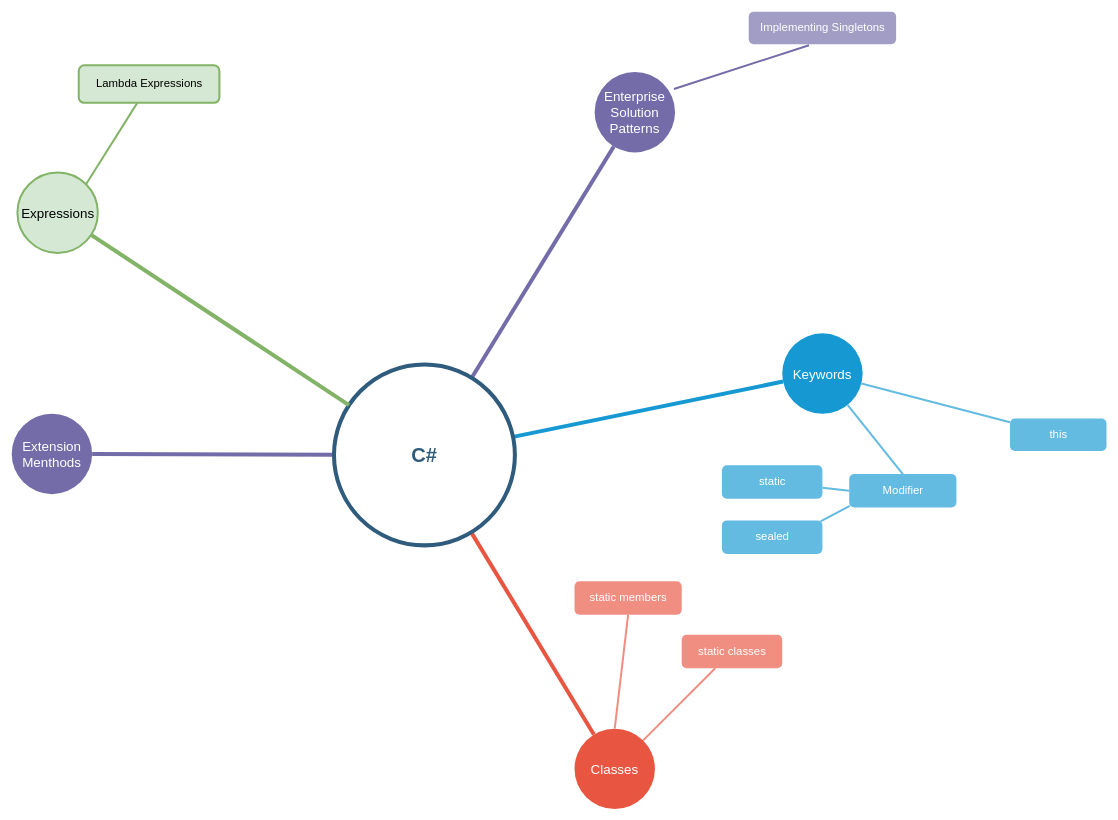
Earlier version of the draw.io diagram CSharp/C#.drawio (muksiddheswar/Mind-Maps). Source tidied: cells renumbered, new cells numbered last; positions are measured from the earlier drawing's top-left corner, leaving out a move shared by most shapes. Both pictures are drawn from the tidied source at 67%, with x=0, y=0 at pixel (11, 11).
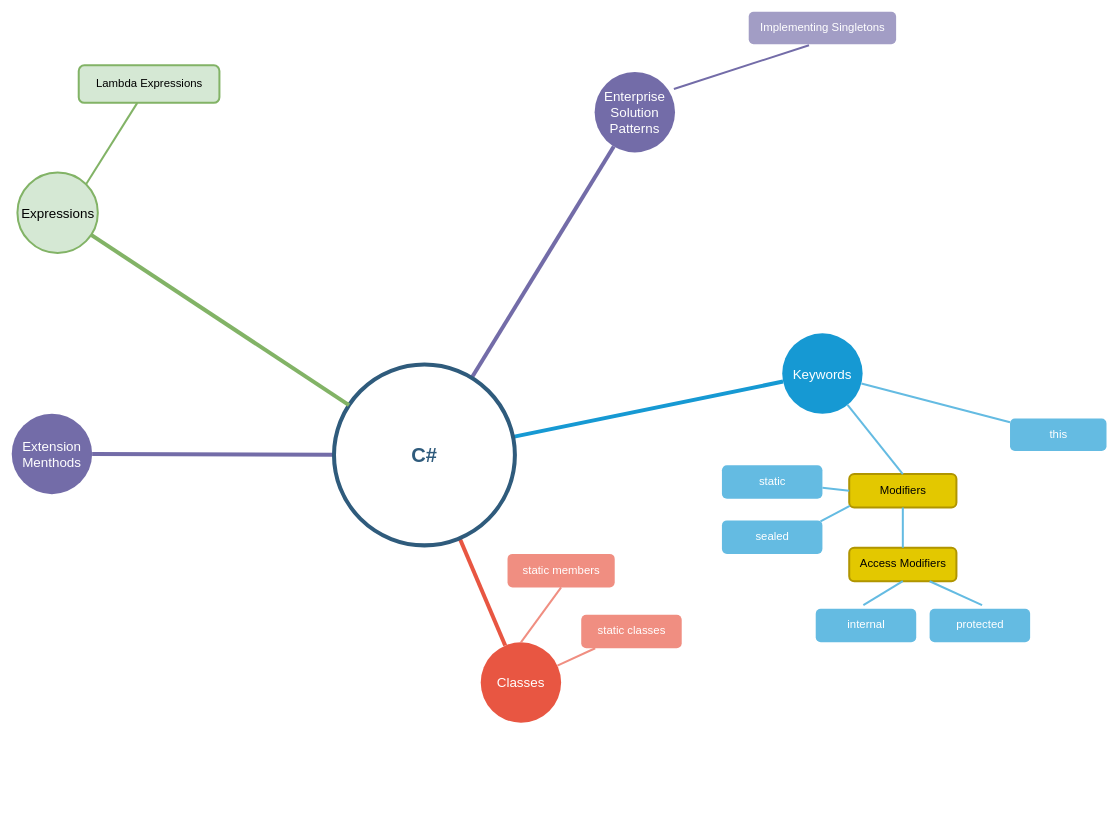
Above is the later version.

Change to the diagram source:
```diff
@@
     <mxCell id="4" value="Classes" style="ellipse;whiteSpace=wrap;html=1;shadow=0;fontFamily=Helvetica;fontSize=20;fontColor=#FFFFFF;align=center;strokeWidth=3;fillColor=#E85642;strokeColor=none;" parent="1" vertex="1">
-      <mxGeometry x="840" y="1070" width="120" height="120" as="geometry" />
+      <mxGeometry x="700" y="941.2" width="120" height="120" as="geometry" />
     </mxCell>
@@
     <mxCell id="12" value="static classes" style="rounded=1;fillColor=#f08e81;strokeColor=none;strokeWidth=3;shadow=0;html=1;fontColor=#FFFFFF;fontSize=17;" parent="1" vertex="1">
-      <mxGeometry x="1000" y="930" width="150" height="50" as="geometry" />
+      <mxGeometry x="850" y="900" width="150" height="50" as="geometry" />
     </mxCell>
     <mxCell id="13" value="static members" style="rounded=1;fillColor=#f08e81;strokeColor=none;strokeWidth=3;shadow=0;html=1;fontColor=#FFFFFF;fontSize=17;" parent="1" vertex="1">
-      <mxGeometry x="840" y="850" width="160" height="50" as="geometry" />
+      <mxGeometry x="740" y="809.2" width="160" height="50" as="geometry" />
     </mxCell>
@@
-    <mxCell id="17" value="Modifier" style="rounded=1;fillColor=#64BBE2;strokeColor=none;strokeWidth=3;shadow=0;html=1;fontColor=#FFFFFF;fontSize=17;" parent="1" vertex="1">
+    <mxCell id="17" value="Modifiers" style="rounded=1;fillColor=#e3c800;strokeColor=#B09500;strokeWidth=3;shadow=0;html=1;fontColor=#000000;fontSize=17;" parent="1" vertex="1">
       <mxGeometry x="1250" y="690" width="160" height="50" as="geometry" />
     </mxCell>
@@
+    <mxCell id="29" value="Access Modifiers" style="rounded=1;fillColor=#e3c800;strokeColor=#B09500;strokeWidth=3;shadow=0;html=1;fontColor=#000000;fontSize=17;" parent="1" vertex="1">
+      <mxGeometry x="1250" y="800" width="160" height="50" as="geometry" />
+    </mxCell>
+    <mxCell id="30" style="edgeStyle=none;endArrow=none;strokeWidth=3;strokeColor=#64BBE2;html=1;entryX=0.5;entryY=1;entryDx=0;entryDy=0;" parent="1" edge="1" target="17">
+      <mxGeometry x="-4" y="216.5" as="geometry">
+        <mxPoint x="1330" y="800" as="sourcePoint" />
+      </mxGeometry>
+    </mxCell>
+    <mxCell id="31" value="internal" style="rounded=1;fillColor=#64BBE2;strokeColor=none;strokeWidth=3;shadow=0;html=1;fontColor=#FFFFFF;fontSize=17;" parent="1" vertex="1">
+      <mxGeometry x="1200" y="891.2" width="150" height="50" as="geometry" />
+    </mxCell>
+    <mxCell id="32" style="edgeStyle=none;endArrow=none;strokeWidth=3;strokeColor=#64BBE2;html=1;entryX=0.5;entryY=1;entryDx=0;entryDy=0;exitX=0.474;exitY=-0.11;exitDx=0;exitDy=0;exitPerimeter=0;" parent="1" edge="1" source="31" target="29">
+      <mxGeometry x="-4" y="216.5" as="geometry" />
+    </mxCell>
+    <mxCell id="33" value="protected" style="rounded=1;fillColor=#64BBE2;strokeColor=none;strokeWidth=3;shadow=0;html=1;fontColor=#FFFFFF;fontSize=17;" parent="1" vertex="1">
+      <mxGeometry x="1370" y="891.2" width="150" height="50" as="geometry" />
+    </mxCell>
+    <mxCell id="34" style="edgeStyle=none;endArrow=none;strokeWidth=3;strokeColor=#64BBE2;html=1;entryX=0.75;entryY=1;entryDx=0;entryDy=0;exitX=0.522;exitY=-0.11;exitDx=0;exitDy=0;exitPerimeter=0;" parent="1" edge="1" source="33" target="29">
+      <mxGeometry x="-4" y="216.5" as="geometry" />
+    </mxCell>
```
